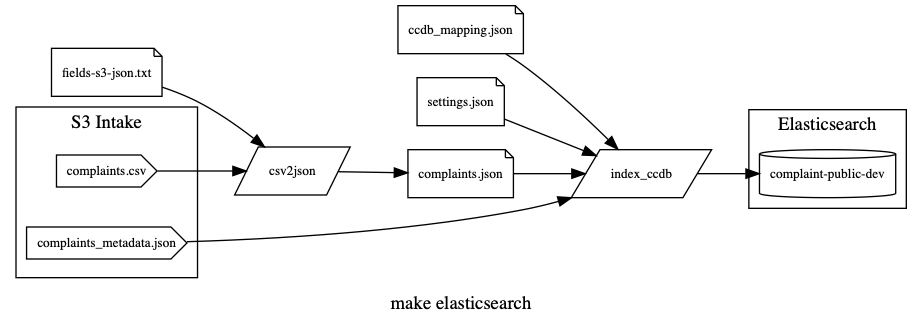
Above: docs/make-elasticsearch.dot.png in cfpb/ccdb-data-pipeline (Graphviz), before the change. Its source is kept beside it as docs/make-elasticsearch.dot. The source it was exported from:
```dot
digraph ccdb_pipelines {
  rankdir=LR;
  node [fontsize=10 shape=folder];
  edge [fontsize=9]
  label="make elasticsearch"

  # recipe instances
  complaints_json [label="complaints.json" shape=note]
  fields_s3_json [label="fields-s3-json.txt" shape=note]
  ccdb_mapping_json [label="ccdb_mapping.json" shape=note]
  settings_json [label="settings.json" shape=note]

  subgraph cluster_100 {
    label="S3 Intake"

    complaints_csv [label="complaints.csv" shape=cds]
    complaints_metadata [label="complaints_metadata.json" shape=cds]
  }

  subgraph cluster_200 {
    label="Elasticsearch"

    complaint_public_dev [label="complaint-public-dev" shape=cylinder]
  }

  # targets / pre-requisites
  csv2json [shape=parallelogram]
  index_ccdb [shape=parallelogram]


  # pre-requisite -> recipe -> target
  {complaints_csv, fields_s3_json} -> csv2json -> complaints_json
  {complaints_json, complaints_metadata, ccdb_mapping_json, settings_json} -> index_ccdb -> complaint_public_dev
}
```
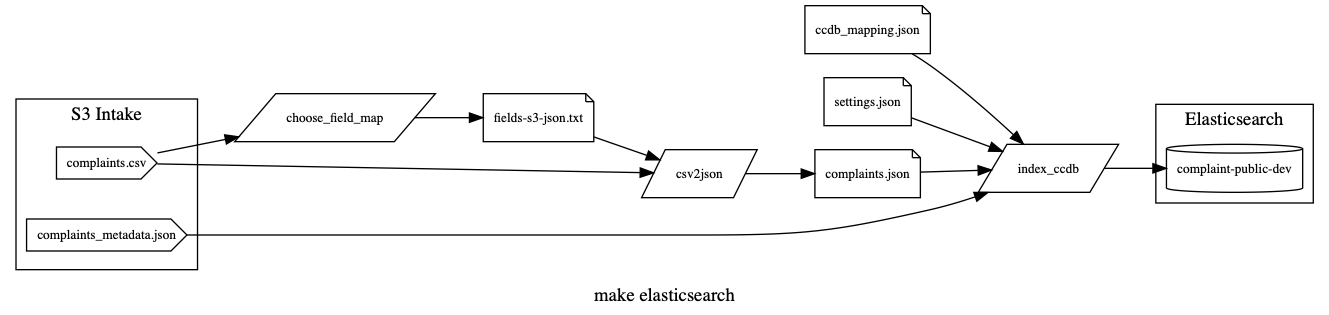
After the commit.

Change to the diagram source:
```diff
@@ -24,11 +24,13 @@
   }
 
   # targets / pre-requisites
+  choose_field_map [shape=parallelogram]
   csv2json [shape=parallelogram]
   index_ccdb [shape=parallelogram]
 
 
   # pre-requisite -> recipe -> target
+  complaints_csv -> choose_field_map -> fields_s3_json
   {complaints_csv, fields_s3_json} -> csv2json -> complaints_json
   {complaints_json, complaints_metadata, ccdb_mapping_json, settings_json} -> index_ccdb -> complaint_public_dev
 }
```
